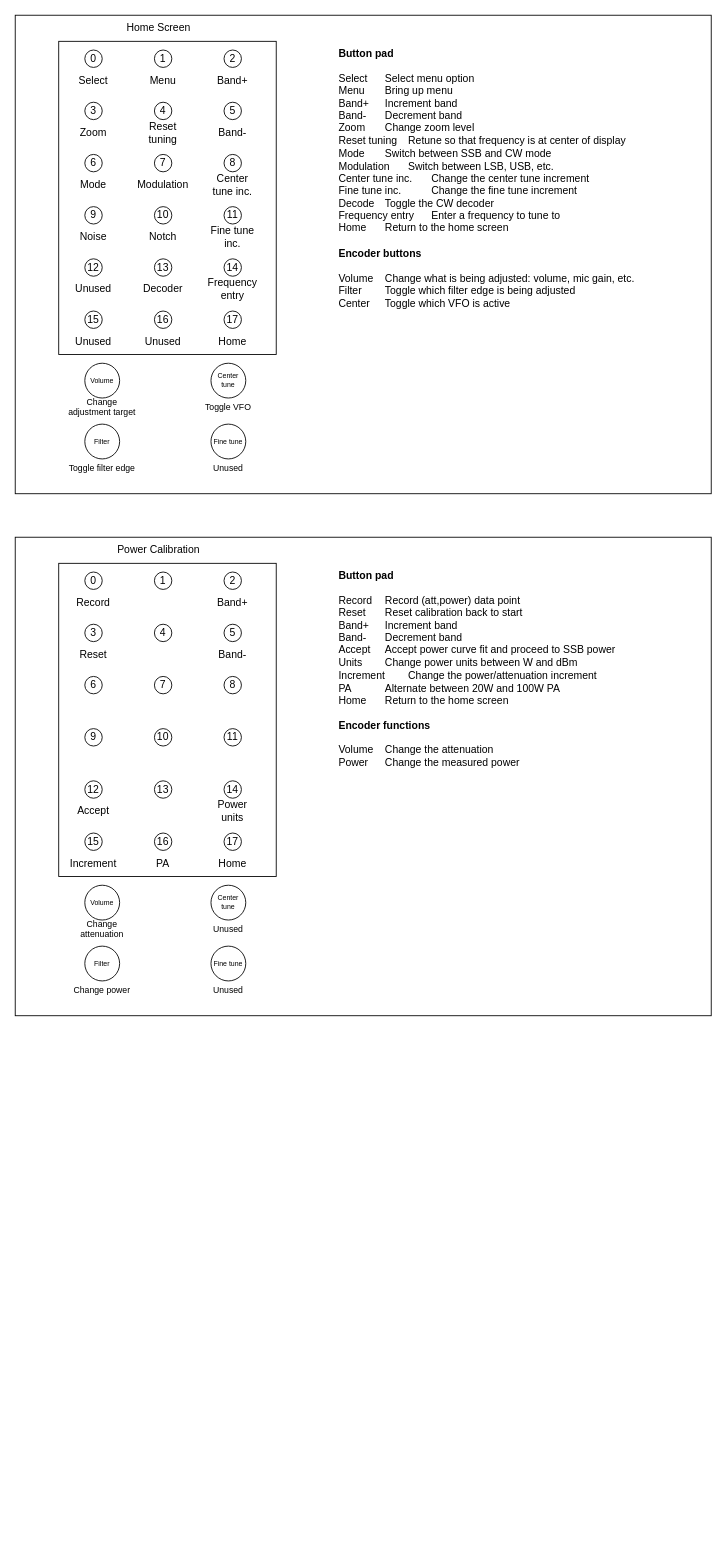
The draw.io diagram page "Button Maps" (1 of 7) of code/docs/window_panes.drawio in KI3P/Phoenix, before the edit. Source tidied: cells renumbered, new cells numbered last; positions are measured from the earlier drawing's top-left corner, leaving out a move shared by most shapes. Both pictures are drawn from the tidied source at 87%, with x=0, y=0 at pixel (15, 15).
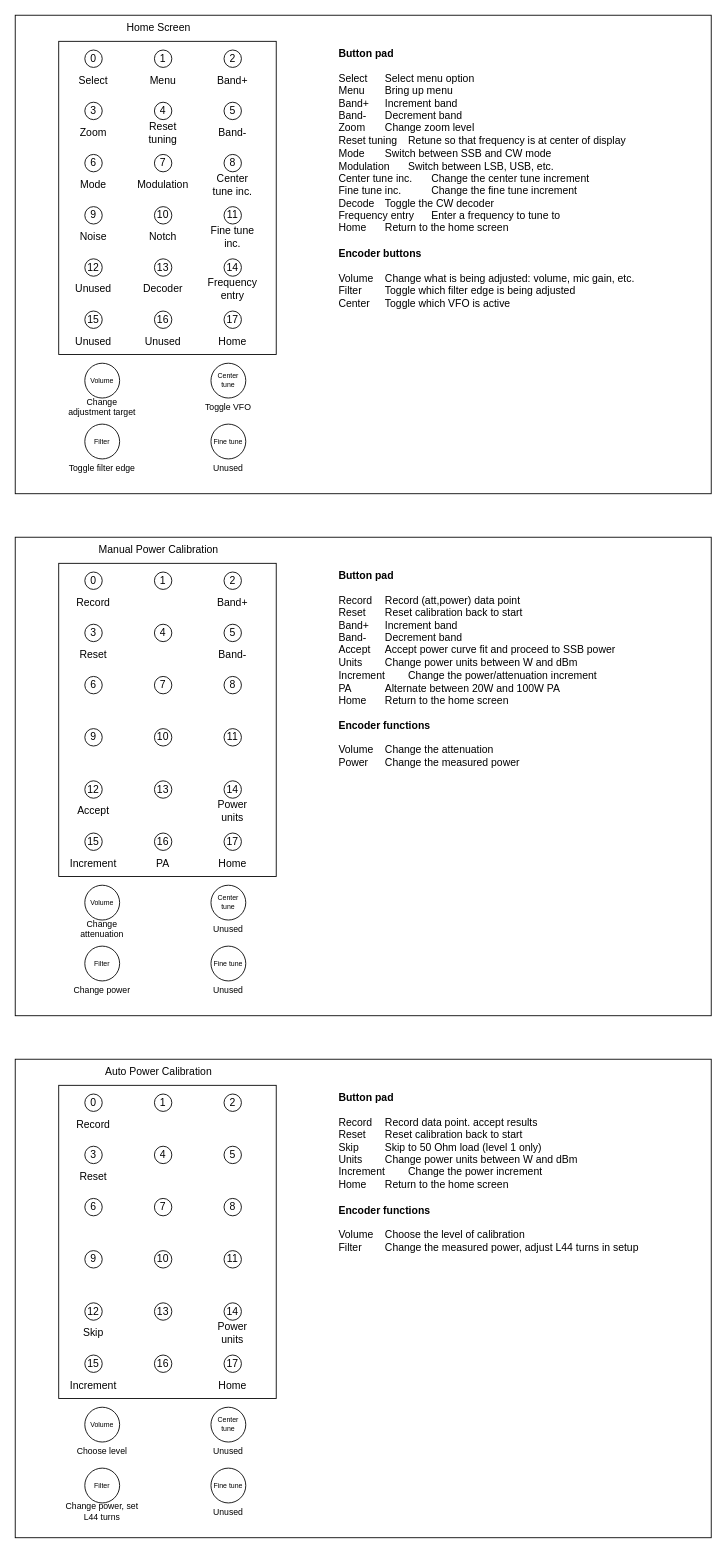
After the change.

The edit, as a diff of the source:
```diff
@@
-    <mxCell id="52" value="Power Calibration" style="text;html=1;whiteSpace=wrap;strokeColor=none;fillColor=none;align=center;verticalAlign=middle;rounded=0;" parent="1" vertex="1">
+    <mxCell id="52" value="Manual Power Calibration" style="text;html=1;whiteSpace=wrap;strokeColor=none;fillColor=none;align=center;verticalAlign=middle;rounded=0;" parent="1" vertex="1">
       <mxGeometry x="60" y="600" width="210" height="30" as="geometry" />
     </mxCell>
@@
+    <mxCell id="91" style="rounded=0;whiteSpace=wrap;html=1;" parent="1" vertex="1">
+      <mxGeometry y="1200" width="800" height="550" as="geometry" />
+    </mxCell>
+    <mxCell id="92" value="Auto Power Calibration" style="text;html=1;whiteSpace=wrap;strokeColor=none;fillColor=none;align=center;verticalAlign=middle;rounded=0;" parent="1" vertex="1">
+      <mxGeometry x="60" y="1200" width="210" height="30" as="geometry" />
+    </mxCell>
+    <mxCell id="93" style="group;" parent="1" vertex="1">
+      <mxGeometry x="50" y="1230" width="250" height="360" as="geometry" />
+    </mxCell>
+    <mxCell id="94" style="rounded=0;whiteSpace=wrap;html=1;" parent="93" vertex="1">
+      <mxGeometry width="250" height="360" as="geometry" />
+    </mxCell>
+    <mxCell id="95" value="0" style="ellipse;whiteSpace=wrap;html=1;" parent="93" vertex="1">
+      <mxGeometry x="30" y="10" width="20" height="20" as="geometry" />
+    </mxCell>
+    <mxCell id="96" value="Record" style="text;html=1;whiteSpace=wrap;strokeColor=none;fillColor=none;align=center;verticalAlign=middle;rounded=0;" parent="93" vertex="1">
+      <mxGeometry x="10" y="30" width="60" height="30" as="geometry" />
+    </mxCell>
+    <mxCell id="97" value="1" style="ellipse;whiteSpace=wrap;html=1;" parent="93" vertex="1">
+      <mxGeometry x="110" y="10" width="20" height="20" as="geometry" />
+    </mxCell>
+    <mxCell id="98" value="2" style="ellipse;whiteSpace=wrap;html=1;" parent="93" vertex="1">
+      <mxGeometry x="190" y="10" width="20" height="20" as="geometry" />
+    </mxCell>
+    <mxCell id="99" value="3" style="ellipse;whiteSpace=wrap;html=1;" parent="93" vertex="1">
+      <mxGeometry x="30" y="70" width="20" height="20" as="geometry" />
+    </mxCell>
+    <mxCell id="100" value="Reset" style="text;html=1;whiteSpace=wrap;strokeColor=none;fillColor=none;align=center;verticalAlign=middle;rounded=0;" parent="93" vertex="1">
+      <mxGeometry x="10" y="90" width="60" height="30" as="geometry" />
+    </mxCell>
+    <mxCell id="101" value="4" style="ellipse;whiteSpace=wrap;html=1;" parent="93" vertex="1">
+      <mxGeometry x="110" y="70" width="20" height="20" as="geometry" />
+    </mxCell>
+    <mxCell id="102" value="5" style="ellipse;whiteSpace=wrap;html=1;" parent="93" vertex="1">
+      <mxGeometry x="190" y="70" width="20" height="20" as="geometry" />
+    </mxCell>
+    <mxCell id="103" value="6" style="ellipse;whiteSpace=wrap;html=1;" parent="93" vertex="1">
+      <mxGeometry x="30" y="130" width="20" height="20" as="geometry" />
+    </mxCell>
+    <mxCell id="104" value="7" style="ellipse;whiteSpace=wrap;html=1;" parent="93" vertex="1">
+      <mxGeometry x="110" y="130" width="20" height="20" as="geometry" />
+    </mxCell>
+    <mxCell id="105" value="8" style="ellipse;whiteSpace=wrap;html=1;" parent="93" vertex="1">
+      <mxGeometry x="190" y="130" width="20" height="20" as="geometry" />
+    </mxCell>
+    <mxCell id="106" value="9" style="ellipse;whiteSpace=wrap;html=1;" parent="93" vertex="1">
+      <mxGeometry x="30" y="190" width="20" height="20" as="geometry" />
+    </mxCell>
+    <mxCell id="107" value="10" style="ellipse;whiteSpace=wrap;html=1;" parent="93" vertex="1">
+      <mxGeometry x="110" y="190" width="20" height="20" as="geometry" />
+    </mxCell>
+    <mxCell id="108" value="11" style="ellipse;whiteSpace=wrap;html=1;" parent="93" vertex="1">
+      <mxGeometry x="190" y="190" width="20" height="20" as="geometry" />
+    </mxCell>
+    <mxCell id="109" value="12" style="ellipse;whiteSpace=wrap;html=1;" parent="93" vertex="1">
+      <mxGeometry x="30" y="250" width="20" height="20" as="geometry" />
+    </mxCell>
+    <mxCell id="110" value="Skip" style="text;html=1;whiteSpace=wrap;strokeColor=none;fillColor=none;align=center;verticalAlign=middle;rounded=0;" parent="93" vertex="1">
+      <mxGeometry x="10" y="270" width="60" height="30" as="geometry" />
+    </mxCell>
+    <mxCell id="111" value="13" style="ellipse;whiteSpace=wrap;html=1;" parent="93" vertex="1">
+      <mxGeometry x="110" y="250" width="20" height="20" as="geometry" />
+    </mxCell>
+    <mxCell id="112" value="14" style="ellipse;whiteSpace=wrap;html=1;" parent="93" vertex="1">
+      <mxGeometry x="190" y="250" width="20" height="20" as="geometry" />
+    </mxCell>
+    <mxCell id="113" value="Power units" style="text;html=1;whiteSpace=wrap;strokeColor=none;fillColor=none;align=center;verticalAlign=middle;rounded=0;" parent="93" vertex="1">
+      <mxGeometry x="170" y="270" width="60" height="30" as="geometry" />
+    </mxCell>
+    <mxCell id="114" value="15" style="ellipse;whiteSpace=wrap;html=1;" parent="93" vertex="1">
+      <mxGeometry x="30" y="310" width="20" height="20" as="geometry" />
+    </mxCell>
+    <mxCell id="115" value="Increment" style="text;html=1;whiteSpace=wrap;strokeColor=none;fillColor=none;align=center;verticalAlign=middle;rounded=0;" parent="93" vertex="1">
+      <mxGeometry x="10" y="330" width="60" height="30" as="geometry" />
+    </mxCell>
+    <mxCell id="116" value="16" style="ellipse;whiteSpace=wrap;html=1;" parent="93" vertex="1">
+      <mxGeometry x="110" y="310" width="20" height="20" as="geometry" />
+    </mxCell>
+    <mxCell id="117" value="17" style="ellipse;whiteSpace=wrap;html=1;" parent="93" vertex="1">
+      <mxGeometry x="190" y="310" width="20" height="20" as="geometry" />
+    </mxCell>
+    <mxCell id="118" value="Home" style="text;html=1;whiteSpace=wrap;strokeColor=none;fillColor=none;align=center;verticalAlign=middle;rounded=0;" parent="93" vertex="1">
+      <mxGeometry x="170" y="330" width="60" height="30" as="geometry" />
+    </mxCell>
+    <mxCell id="119" value="Volume" style="ellipse;whiteSpace=wrap;html=1;fontSize=8;" parent="1" vertex="1">
+      <mxGeometry x="80" y="1600" width="40" height="40" as="geometry" />
+    </mxCell>
+    <mxCell id="120" value="Filter" style="ellipse;whiteSpace=wrap;html=1;fontSize=8;" parent="1" vertex="1">
+      <mxGeometry x="80" y="1670" width="40" height="40" as="geometry" />
+    </mxCell>
+    <mxCell id="121" value="Center tune" style="ellipse;whiteSpace=wrap;html=1;fontSize=8;" parent="1" vertex="1">
+      <mxGeometry x="225" y="1600" width="40" height="40" as="geometry" />
+    </mxCell>
+    <mxCell id="122" value="Fine tune" style="ellipse;whiteSpace=wrap;html=1;fontSize=8;" parent="1" vertex="1">
+      <mxGeometry x="225" y="1670" width="40" height="40" as="geometry" />
+    </mxCell>
+    <mxCell id="123" value="Unused" style="text;html=1;whiteSpace=wrap;strokeColor=none;fillColor=none;align=center;verticalAlign=middle;rounded=0;fontSize=10;" parent="1" vertex="1">
+      <mxGeometry x="200" y="1640" width="90" height="20" as="geometry" />
+    </mxCell>
+    <mxCell id="124" value="Unused" style="text;html=1;whiteSpace=wrap;strokeColor=none;fillColor=none;align=center;verticalAlign=middle;rounded=0;fontSize=10;" parent="1" vertex="1">
+      <mxGeometry x="200" y="1710" width="90" height="20" as="geometry" />
+    </mxCell>
+    <mxCell id="125" value="Change power, set L44 turns" style="text;html=1;whiteSpace=wrap;strokeColor=none;fillColor=none;align=center;verticalAlign=middle;rounded=0;fontSize=10;" parent="1" vertex="1">
+      <mxGeometry x="50" y="1710" width="100" height="20" as="geometry" />
+    </mxCell>
+    <mxCell id="126" value="Choose level" style="text;html=1;whiteSpace=wrap;strokeColor=none;fillColor=none;align=center;verticalAlign=middle;rounded=0;fontSize=10;" parent="1" vertex="1">
+      <mxGeometry x="60" y="1640" width="80" height="20" as="geometry" />
+    </mxCell>
+    <mxCell id="127" value="&lt;div&gt;&lt;b&gt;Button pad&lt;/b&gt;&lt;/div&gt;&lt;div&gt;&lt;br&gt;&lt;/div&gt;Record&amp;nbsp;&lt;span style=&quot;white-space: pre;&quot;&gt;&#9;&lt;/span&gt;Record data point. accept results&lt;div&gt;Reset&amp;nbsp;&lt;span style=&quot;white-space: pre;&quot;&gt;&#9;&lt;/span&gt;Reset calibration back to start&lt;/div&gt;&lt;div&gt;Skip&lt;span style=&quot;white-space: pre;&quot;&gt;&#9;&lt;span style=&quot;white-space: pre;&quot;&gt;&#9;&lt;/span&gt;&lt;/span&gt;Skip to 50 Ohm load (level 1 only)&lt;/div&gt;&lt;div&gt;Units&lt;span style=&quot;white-space: pre;&quot;&gt;&#9;&lt;/span&gt;Change power units between W and dBm&lt;/div&gt;&lt;div&gt;Increment&lt;span style=&quot;white-space: pre;&quot;&gt;&#9;&lt;/span&gt;Change the power increment&lt;/div&gt;&lt;div&gt;&lt;span style=&quot;background-color: transparent; color: light-dark(rgb(0, 0, 0), rgb(255, 255, 255));&quot;&gt;Home&lt;/span&gt;&lt;span style=&quot;background-color: transparent; color: light-dark(rgb(0, 0, 0), rgb(255, 255, 255)); white-space: pre;&quot;&gt;&#9;&lt;/span&gt;&lt;span style=&quot;background-color: transparent; color: light-dark(rgb(0, 0, 0), rgb(255, 255, 255));&quot;&gt;Return to the home screen&lt;/span&gt;&lt;/div&gt;&lt;div&gt;&lt;br&gt;&lt;/div&gt;&lt;div&gt;&lt;b&gt;Encoder functions&lt;/b&gt;&lt;/div&gt;&lt;div&gt;&lt;b&gt;&lt;br&gt;&lt;/b&gt;&lt;/div&gt;&lt;div&gt;Volume&lt;span style=&quot;white-space: pre;&quot;&gt;&#9;&lt;/span&gt;Choose the level of calibration&lt;/div&gt;&lt;div&gt;Filter&lt;span style=&quot;white-space: pre;&quot;&gt;&#9;&lt;/span&gt;Change the measured power, adjust L44 turns in setup&lt;/div&gt;&lt;div&gt;&lt;br&gt;&lt;/div&gt;" style="text;html=1;whiteSpace=wrap;strokeColor=none;fillColor=none;align=left;verticalAlign=top;rounded=0;" parent="1" vertex="1">
+      <mxGeometry x="370" y="1230" width="360" height="360" as="geometry" />
+    </mxCell>
```
